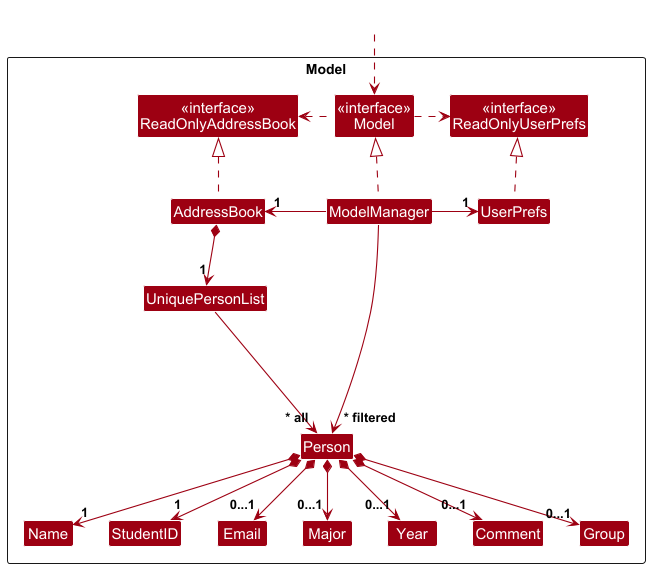
Above: docs/images/ModelClassDiagram.png in nus-cs2103-AY2425S1/tp (PlantUML), before the change. Its source is kept beside it as docs/diagrams/ModelClassDiagram.puml.
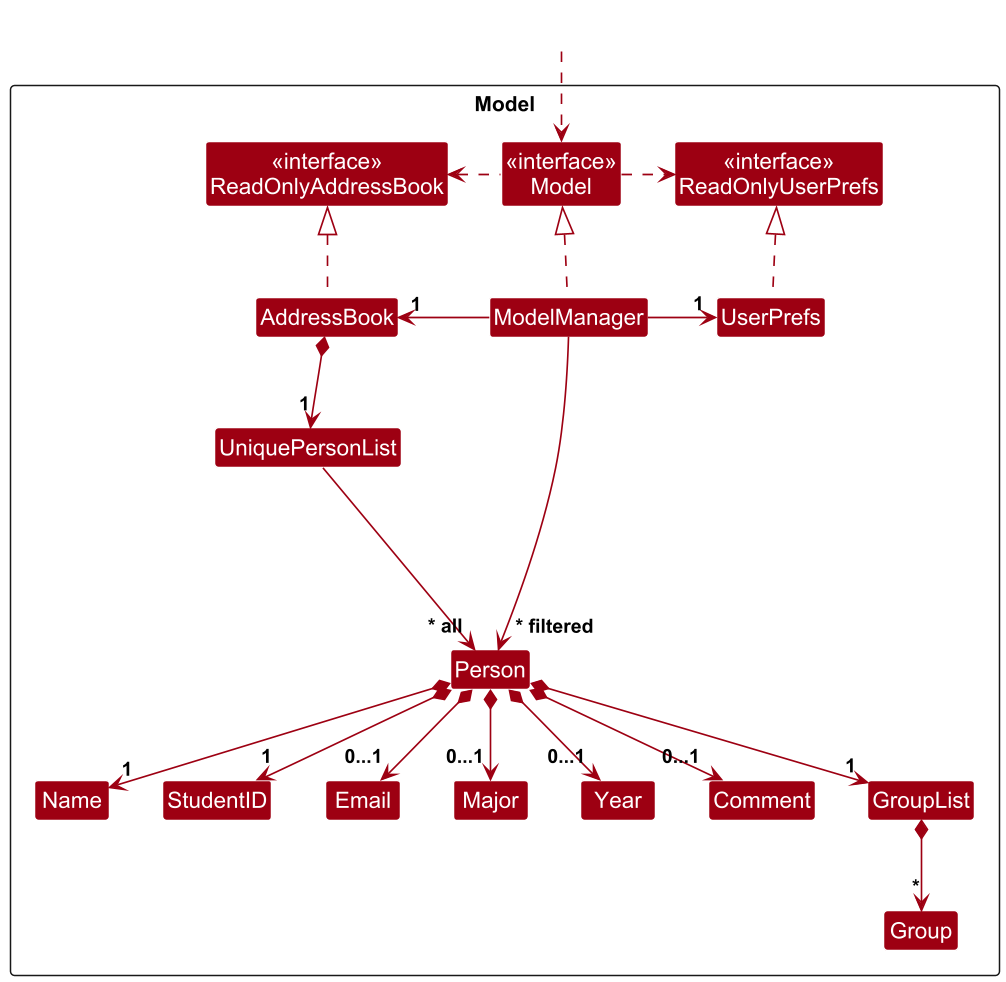
Above is the later version.

What changed in the source:
```diff
@@ -21,6 +21,7 @@
 Class Comment
 Class Year
 Class Group
+Class GroupList
 
 Class I #FFFFFF
 }
@@ -44,7 +45,8 @@
 Person *--> "0...1" Major
 Person *--> "0...1" Email
 Person *--> "0...1" Year
-Person *--> "0...1" Group
+Person *--> "1" GroupList
+GroupList *--> "*" Group
 Person *--> "0...1" Comment
 
 Person -[hidden]up--> I
```
